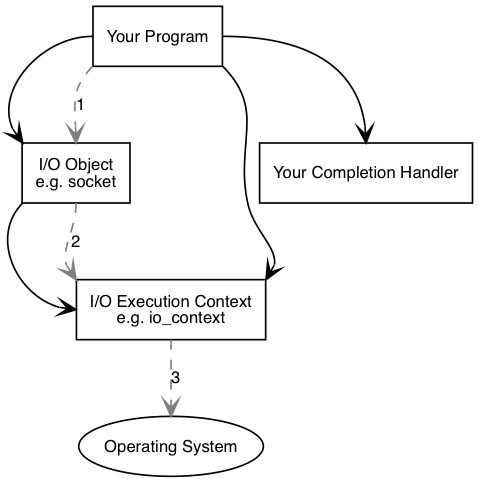
Before: libs/asio/doc/overview/async_op1.png, a diagram exported from Graphviz (arbin-ruisen/store-boost). Its source is kept beside it as libs/asio/doc/overview/async_op1.dot. Source of this version:
```dot
digraph g
{
  graph
    [
      nodesep="0.2"
    ];

  edge
    [
      fontname="Helvetica",
      fontsize=10,
      labelfontname="Helvetica",
      labelfontsize=10
    ];

  node
    [
      fontname="Helvetica",
      fontsize=10,
      shape=box
    ];

  edge
    [
      arrowhead="open"
    ]

  {
    operating_system [ label="Operating System", shape=ellipse ];
    io_context [ label="I/O Execution Context\ne.g. io_context" ];
    io_object [ label="I/O Object\ne.g. socket" ];
    your_program [ label="Your Program" ];
    your_completion_handler [ label="Your Completion Handler" ];
  }

  {
    edge [ arrowtail="diamond" ];
    your_program:e -> your_completion_handler:n;
    your_program:w -> io_object:nw;
    your_program:se -> io_context:ne;
  }

  {
    io_object:sw -> io_context:w;
  }

  {
    edge [ style="dashed", color="#808080" ];

    {
      your_program:sw -> io_object:n [ label="1" ];
      io_object:s -> io_context:nw [ label="2" ];
      io_context:s -> operating_system:n [ label="3" ];
    }
  }

  {
    edge [ style="invis" ];

    {
      your_program:s -> io_context:n [ label="5" ];
    }

    {
      edge [ arrowhead="none", arrowtail="open" ];
      your_completion_handler:s -> io_context:e [ label="6" ];
    }
  }
}
```
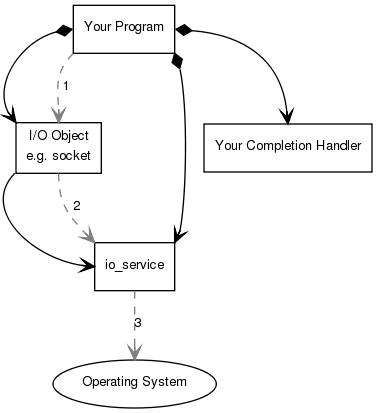
Later version of the same file.

Change to the diagram source:
```diff
@@ -27,7 +27,7 @@
 
   {
     operating_system [ label="Operating System", shape=ellipse ];
-    io_context [ label="I/O Execution Context\ne.g. io_context" ];
+    io_service [ label="io_service" ];
     io_object [ label="I/O Object\ne.g. socket" ];
     your_program [ label="Your Program" ];
     your_completion_handler [ label="Your Completion Handler" ];
@@ -37,11 +37,11 @@
     edge [ arrowtail="diamond" ];
     your_program:e -> your_completion_handler:n;
     your_program:w -> io_object:nw;
-    your_program:se -> io_context:ne;
+    your_program:se -> io_service:ne;
   }
 
   {
-    io_object:sw -> io_context:w;
+    io_object:sw -> io_service:w;
   }
 
   {
@@ -49,8 +49,8 @@
 
     {
       your_program:sw -> io_object:n [ label="1" ];
-      io_object:s -> io_context:nw [ label="2" ];
-      io_context:s -> operating_system:n [ label="3" ];
+      io_object:s -> io_service:nw [ label="2" ];
+      io_service:s -> operating_system:n [ label="3" ];
     }
   }
 
@@ -58,12 +58,12 @@
     edge [ style="invis" ];
 
     {
-      your_program:s -> io_context:n [ label="5" ];
+      your_program:s -> io_service:n [ label="5" ];
     }
 
     {
       edge [ arrowhead="none", arrowtail="open" ];
-      your_completion_handler:s -> io_context:e [ label="6" ];
+      your_completion_handler:s -> io_service:e [ label="6" ];
     }
   }
 }
```
